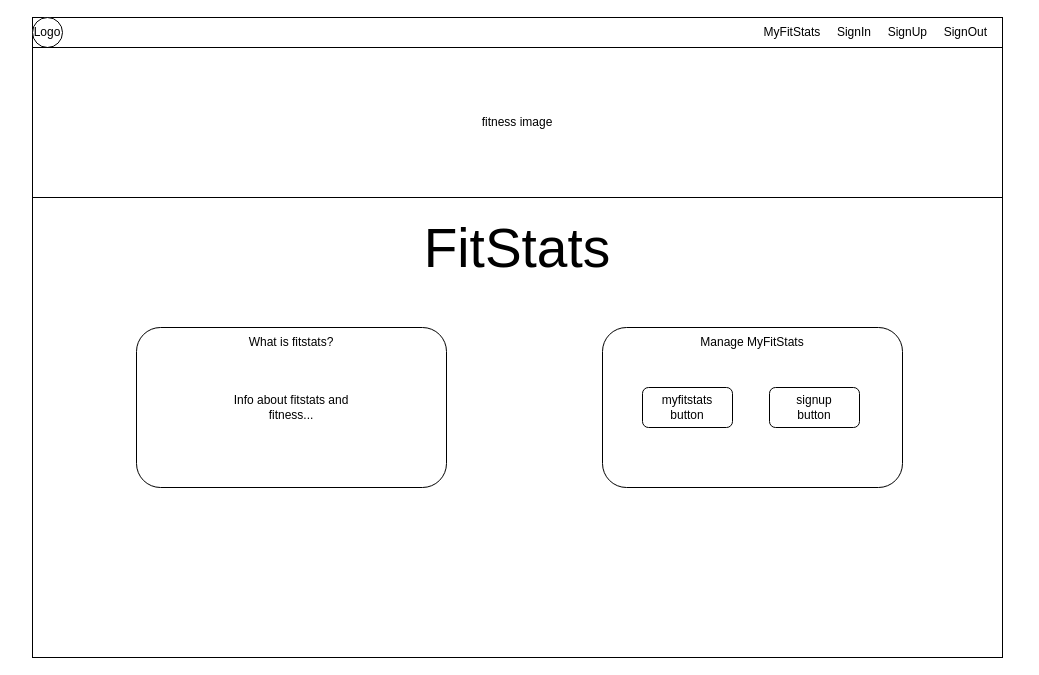
Earlier version of the draw.io diagram fitstats wireframe.drawio (Kaiskyy/FitStats-Wesbite-Project). Source tidied: cells renumbered, new cells numbered last; positions are measured from the earlier drawing's top-left corner, leaving out a move shared by most shapes. Both pictures are drawn from the tidied source at 100%, with x=0, y=0 at pixel (17, 17). Pictures stored in the file or linked from it are replaced by grey dashed boxes.
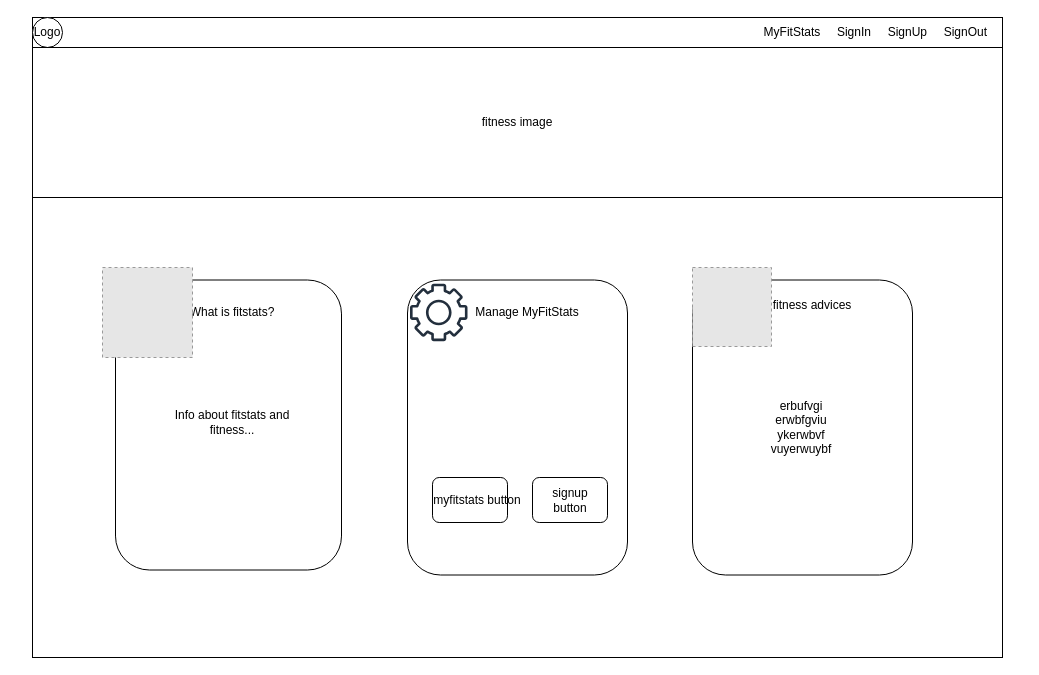
The same diagram, later.

Diff of the diagram source:
```diff
@@
-    <mxCell id="9" value="&lt;font style=&quot;font-size: 55px;&quot;&gt;Fit&lt;/font&gt;&lt;span style=&quot;font-size: 55px; background-color: transparent; color: light-dark(rgb(0, 0, 0), rgb(255, 255, 255));&quot;&gt;Stats&lt;/span&gt;" style="text;html=1;align=center;verticalAlign=middle;whiteSpace=wrap;rounded=0;" parent="1" vertex="1">
-      <mxGeometry x="390" y="180" width="220" height="100" as="geometry" />
-    </mxCell>
     <mxCell id="10" style="rounded=1;whiteSpace=wrap;html=1;" parent="1" vertex="1">
-      <mxGeometry x="119" y="310" width="310" height="160" as="geometry" />
+      <mxGeometry x="98" y="262.5" width="226" height="290" as="geometry" />
     </mxCell>
     <mxCell id="11" value="What is fitstats?" style="text;html=1;align=center;verticalAlign=middle;whiteSpace=wrap;rounded=0;" parent="1" vertex="1">
-      <mxGeometry x="224" y="310" width="100" height="30" as="geometry" />
+      <mxGeometry x="165" y="280" width="100" height="30" as="geometry" />
     </mxCell>
     <mxCell id="12" value="Info about fitstats and fitness..." style="text;html=1;align=center;verticalAlign=middle;whiteSpace=wrap;rounded=0;" parent="1" vertex="1">
-      <mxGeometry x="209" y="375" width="130" height="30" as="geometry" />
+      <mxGeometry x="150" y="390" width="130" height="30" as="geometry" />
     </mxCell>
     <mxCell id="13" style="rounded=1;whiteSpace=wrap;html=1;" parent="1" vertex="1">
-      <mxGeometry x="585" y="310" width="300" height="160" as="geometry" />
+      <mxGeometry x="390" y="262.5" width="220" height="295" as="geometry" />
     </mxCell>
     <mxCell id="14" value="Manage MyFitStats" style="text;html=1;align=center;verticalAlign=middle;whiteSpace=wrap;rounded=0;" parent="1" vertex="1">
-      <mxGeometry x="635" y="310" width="200" height="30" as="geometry" />
+      <mxGeometry x="410" y="280" width="200" height="30" as="geometry" />
     </mxCell>
     <mxCell id="15" style="rounded=1;whiteSpace=wrap;html=1;" parent="1" vertex="1">
-      <mxGeometry x="625" y="370" width="90" height="40" as="geometry" />
+      <mxGeometry x="415" y="460" width="75" height="45" as="geometry" />
     </mxCell>
-    <mxCell id="16" style="rounded=1;whiteSpace=wrap;html=1;" parent="1" vertex="1">
-      <mxGeometry x="752" y="370" width="90" height="40" as="geometry" />
-    </mxCell>
     <mxCell id="17" value="myfitstats button" style="text;html=1;align=center;verticalAlign=middle;whiteSpace=wrap;rounded=0;" parent="1" vertex="1">
-      <mxGeometry x="640" y="375" width="60" height="30" as="geometry" />
+      <mxGeometry x="365" y="452.5" width="190" height="60" as="geometry" />
     </mxCell>
+    <mxCell id="19" style="rounded=1;whiteSpace=wrap;html=1;" parent="1" vertex="1">
+      <mxGeometry x="675" y="262.5" width="220" height="295" as="geometry" />
+    </mxCell>
+    <mxCell id="20" style="rounded=1;whiteSpace=wrap;html=1;" parent="1" vertex="1">
+      <mxGeometry x="515" y="460" width="75" height="45" as="geometry" />
+    </mxCell>
     <mxCell id="18" value="signup button" style="text;html=1;align=center;verticalAlign=middle;whiteSpace=wrap;rounded=0;" parent="1" vertex="1">
-      <mxGeometry x="767" y="375" width="60" height="30" as="geometry" />
+      <mxGeometry x="522.5" y="467.5" width="60" height="30" as="geometry" />
     </mxCell>
+    <mxCell id="21" value="fitness advices&lt;div&gt;&lt;br&gt;&lt;/div&gt;" style="text;html=1;align=center;verticalAlign=middle;whiteSpace=wrap;rounded=0;" parent="1" vertex="1">
+      <mxGeometry x="745" y="280" width="100" height="30" as="geometry" />
+    </mxCell>
+    <mxCell id="22" style="sketch=0;fontColor=#232F3E;gradientColor=none;fillColor=#232F3D;strokeColor=none;dashed=0;verticalLabelPosition=bottom;verticalAlign=top;align=center;html=1;fontSize=12;fontStyle=0;shape=mxgraph.aws4.gear;" parent="1" vertex="1">
+      <mxGeometry x="392.5" y="266.2" width="57.5" height="57.5" as="geometry" />
+    </mxCell>
+    <mxCell id="23" style="fillColor=#E6E6E6;strokeColor=#999999;dashed=1;html=1;verticalAlign=top;verticalLabelPosition=bottom;labelBackgroundColor=#ffffff;" parent="1" vertex="1">
+      <mxGeometry x="85" y="250" width="90" height="90" as="geometry" />
+    </mxCell>
+    <mxCell id="24" style="fillColor=#E6E6E6;strokeColor=#999999;dashed=1;html=1;verticalAlign=top;verticalLabelPosition=bottom;labelBackgroundColor=#ffffff;" parent="1" vertex="1">
+      <mxGeometry x="675" y="250" width="79" height="79" as="geometry" />
+    </mxCell>
+    <mxCell id="25" value="erbufvgi&lt;div&gt;erwbfgviu&lt;/div&gt;&lt;div&gt;ykerwbvf&lt;/div&gt;&lt;div&gt;vuyerwuybf&lt;/div&gt;" style="text;html=1;align=center;verticalAlign=middle;whiteSpace=wrap;rounded=0;" parent="1" vertex="1">
+      <mxGeometry x="754" y="385" width="60" height="50" as="geometry" />
+    </mxCell>
```
